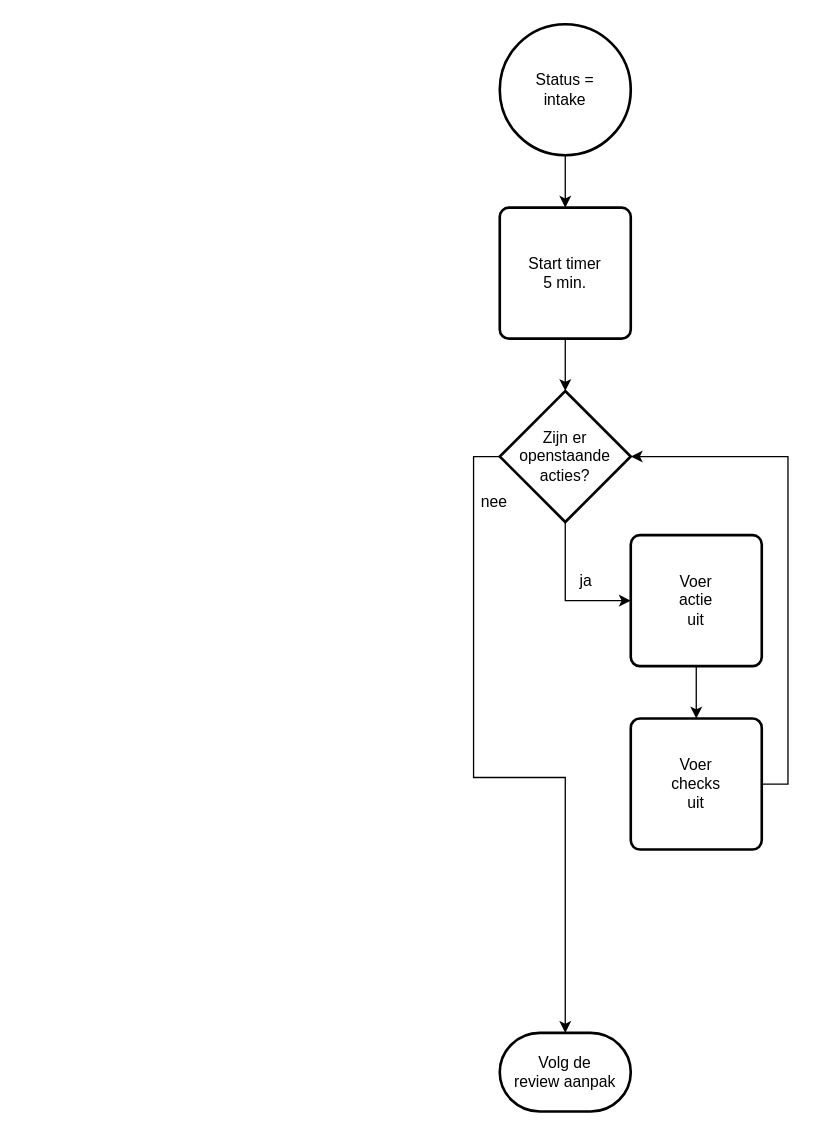
Above: 1 Issue Tracker intake.drawio in Zaibatsu89/IssueTracker (draw.io), before the change. Source tidied: cells renumbered, new cells numbered last; positions are measured from the earlier drawing's top-left corner, leaving out a move shared by most shapes. Both pictures are drawn from the tidied source at 131%, with x=0, y=0 at pixel (455, 24).
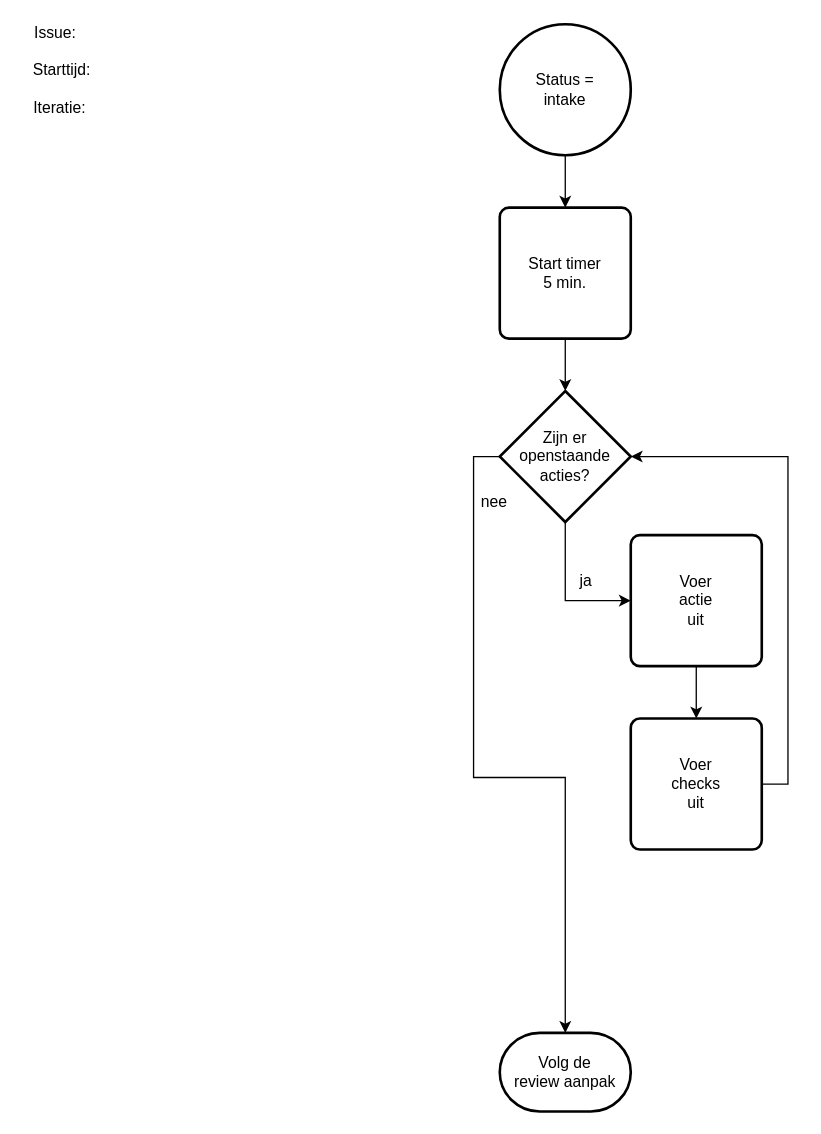
After the change.

Commit message (it also covers changes not shown here):
issue, starttijd en iteratie in flowcharts

What changed in the source:
```diff
@@
 <mxGraphModel>
   <root>
     <mxCell id="0" />
     <mxCell id="1" parent="0" />
     <mxCell id="2" style="edgeStyle=orthogonalEdgeStyle;rounded=0;jettySize=auto;html=1;" parent="1" edge="1" source="3" target="5">
       <mxGeometry relative="1" as="geometry" />
     </mxCell>
     <mxCell id="3" value="Status =&lt;br&gt;intake" style="strokeWidth=2;html=1;shape=mxgraph.flowchart.start_2;whiteSpace=wrap;" parent="1" vertex="1">
       <mxGeometry x="34" width="100" height="100" as="geometry" />
     </mxCell>
     <mxCell id="4" style="edgeStyle=orthogonalEdgeStyle;rounded=0;jettySize=auto;html=1;" parent="1" edge="1" source="5" target="7">
       <mxGeometry relative="1" as="geometry" />
     </mxCell>
     <mxCell id="5" value="Start timer&lt;br&gt;5 min." style="rounded=1;whiteSpace=wrap;html=1;absoluteArcSize=1;arcSize=14;strokeWidth=2;" parent="1" vertex="1">
       <mxGeometry x="34" y="140" width="100" height="100" as="geometry" />
     </mxCell>
     <mxCell id="6" style="edgeStyle=orthogonalEdgeStyle;rounded=0;jettySize=auto;html=1;exitX=0.5;exitY=1;exitDx=0;exitDy=0;exitPerimeter=0;entryX=0;entryY=0.5;entryDx=0;entryDy=0;" parent="1" edge="1" source="7" target="11">
       <mxGeometry relative="1" as="geometry" />
     </mxCell>
     <mxCell id="7" value="Zijn er&lt;br&gt;openstaande&lt;br&gt;acties?" style="strokeWidth=2;html=1;shape=mxgraph.flowchart.decision;whiteSpace=wrap;" parent="1" vertex="1">
       <mxGeometry x="34" y="280" width="100" height="100" as="geometry" />
     </mxCell>
     <mxCell id="8" value="Voer&lt;br&gt;checks&lt;br&gt;uit" style="rounded=1;whiteSpace=wrap;html=1;absoluteArcSize=1;arcSize=14;strokeWidth=2;" parent="1" vertex="1">
       <mxGeometry x="134" y="530" width="100" height="100" as="geometry" />
     </mxCell>
     <mxCell id="9" value="ja" style="text;html=1;whiteSpace=wrap;strokeColor=none;fillColor=none;align=center;verticalAlign=middle;rounded=0;" parent="1" vertex="1">
       <mxGeometry x="70" y="410" width="60" height="30" as="geometry" />
     </mxCell>
     <mxCell id="10" style="edgeStyle=orthogonalEdgeStyle;rounded=0;jettySize=auto;html=1;" parent="1" edge="1" source="11">
       <mxGeometry relative="1" as="geometry">
         <mxPoint x="184" y="530" as="targetPoint" />
       </mxGeometry>
     </mxCell>
     <mxCell id="11" value="Voer&lt;br&gt;actie&lt;br&gt;uit" style="rounded=1;whiteSpace=wrap;html=1;absoluteArcSize=1;arcSize=14;strokeWidth=2;" parent="1" vertex="1">
       <mxGeometry x="134" y="390" width="100" height="100" as="geometry" />
     </mxCell>
     <mxCell id="12" value="Volg de&lt;br&gt;review aanpak" style="strokeWidth=2;html=1;shape=mxgraph.flowchart.terminator;whiteSpace=wrap;" parent="1" vertex="1">
       <mxGeometry x="34" y="770" width="100" height="60" as="geometry" />
     </mxCell>
     <mxCell id="13" value="nee" style="text;html=1;whiteSpace=wrap;strokeColor=none;fillColor=none;align=center;verticalAlign=middle;rounded=0;" parent="1" vertex="1">
       <mxGeometry y="350" width="60" height="30" as="geometry" />
     </mxCell>
     <mxCell id="14" style="edgeStyle=orthogonalEdgeStyle;rounded=0;jettySize=auto;html=1;exitX=0;exitY=0.5;exitDx=0;exitDy=0;exitPerimeter=0;entryX=0.5;entryY=0;entryDx=0;entryDy=0;entryPerimeter=0;" parent="1" edge="1" source="7" target="12">
       <mxGeometry relative="1" as="geometry" />
     </mxCell>
     <mxCell id="15" style="edgeStyle=orthogonalEdgeStyle;rounded=0;jettySize=auto;html=1;exitX=1;exitY=0.5;exitDx=0;exitDy=0;entryX=1;entryY=0.5;entryDx=0;entryDy=0;entryPerimeter=0;" parent="1" edge="1" source="8" target="7">
       <mxGeometry relative="1" as="geometry" />
     </mxCell>
+    <mxCell id="16" value="Issue:&amp;nbsp; &amp;nbsp;&lt;br&gt;&lt;br&gt;Starttijd:&lt;br&gt;&lt;br&gt;Iteratie:&amp;nbsp;" style="text;html=1;align=center;verticalAlign=middle;whiteSpace=wrap;rounded=0;" parent="1" vertex="1">
+      <mxGeometry x="-330" y="20" width="60" height="30" as="geometry" />
+    </mxCell>
   </root>
 </mxGraphModel>
```
